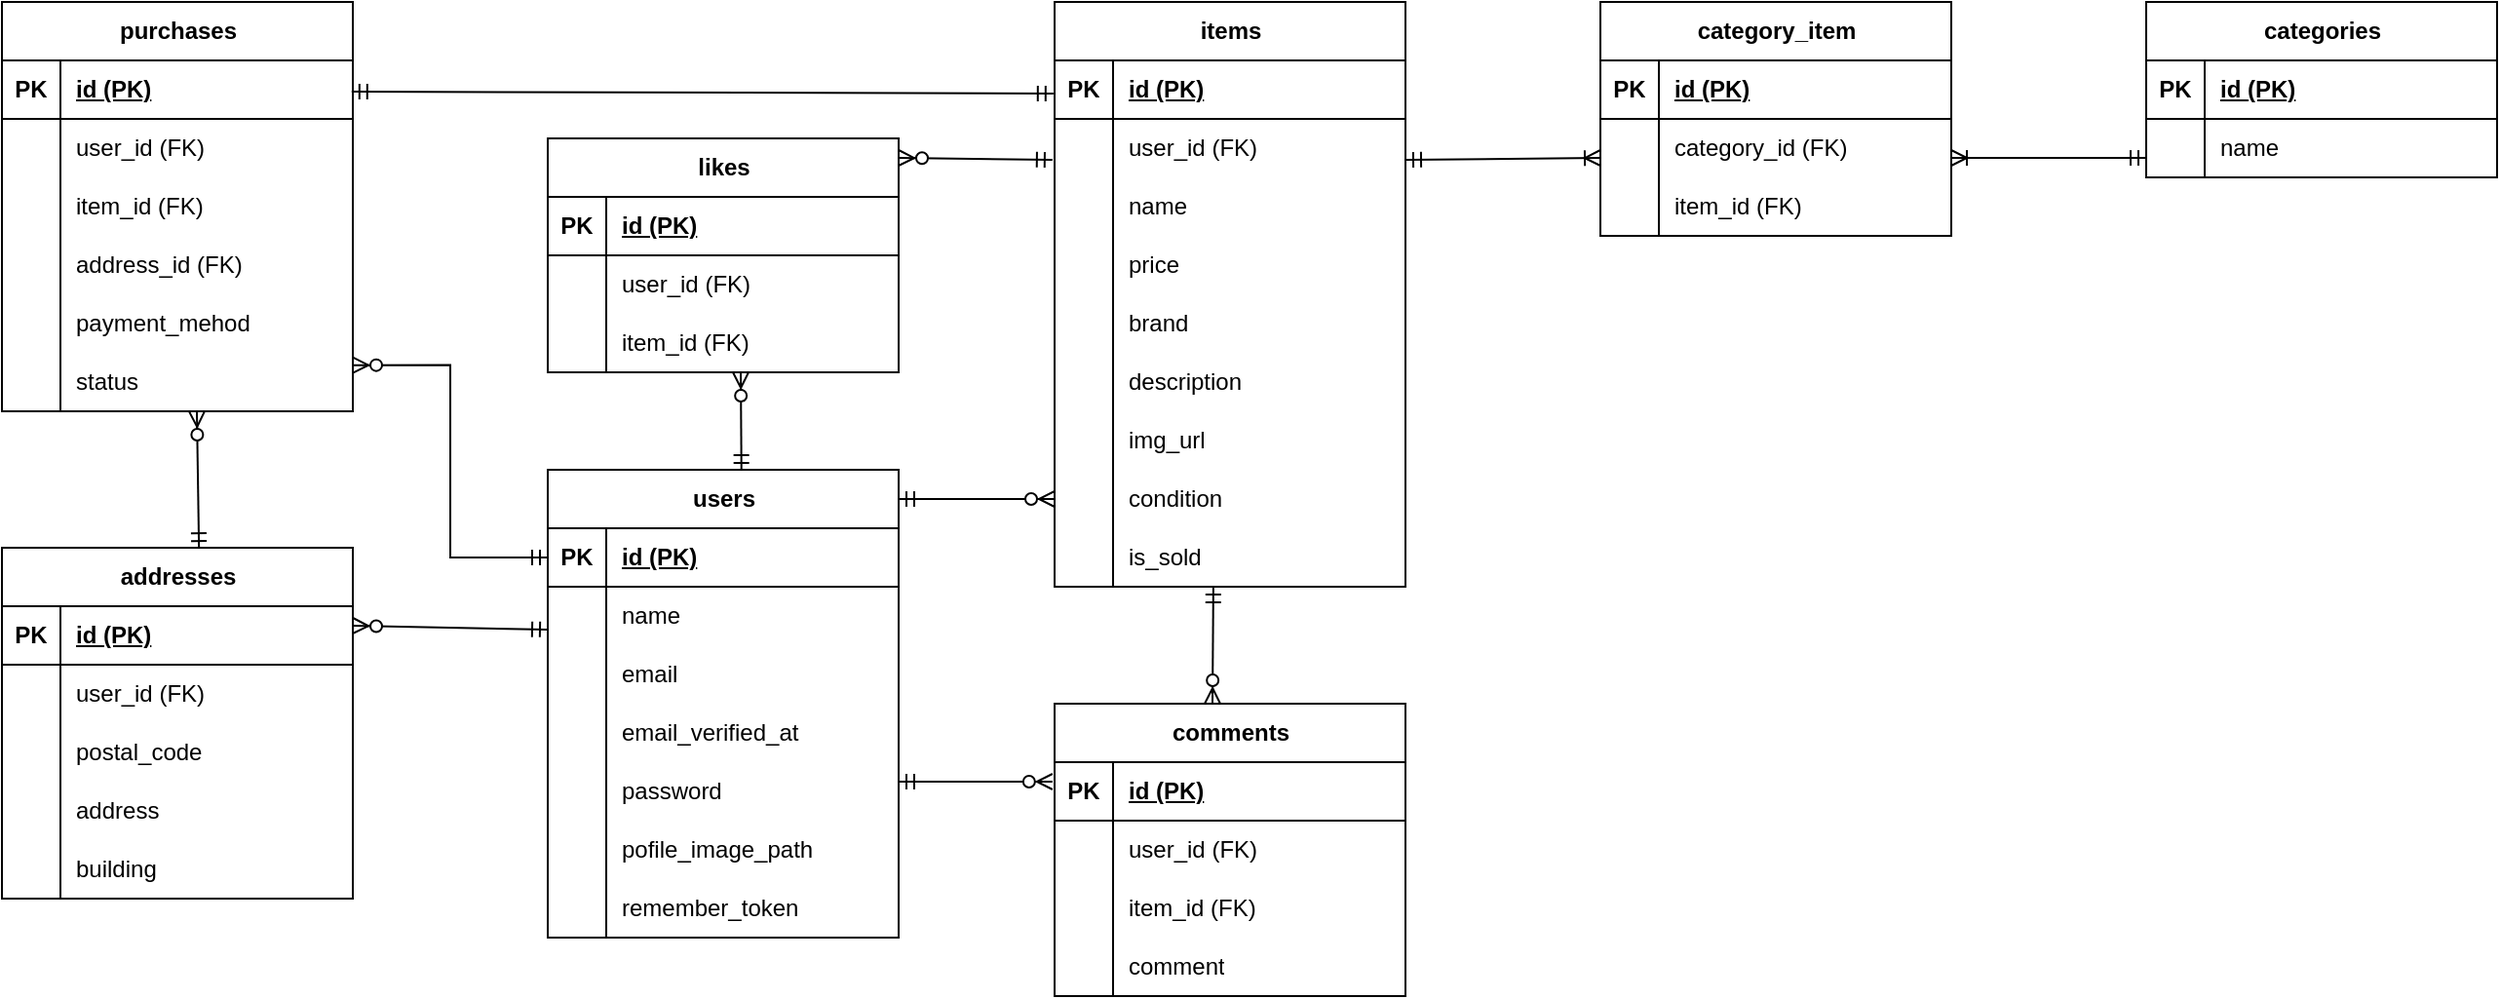
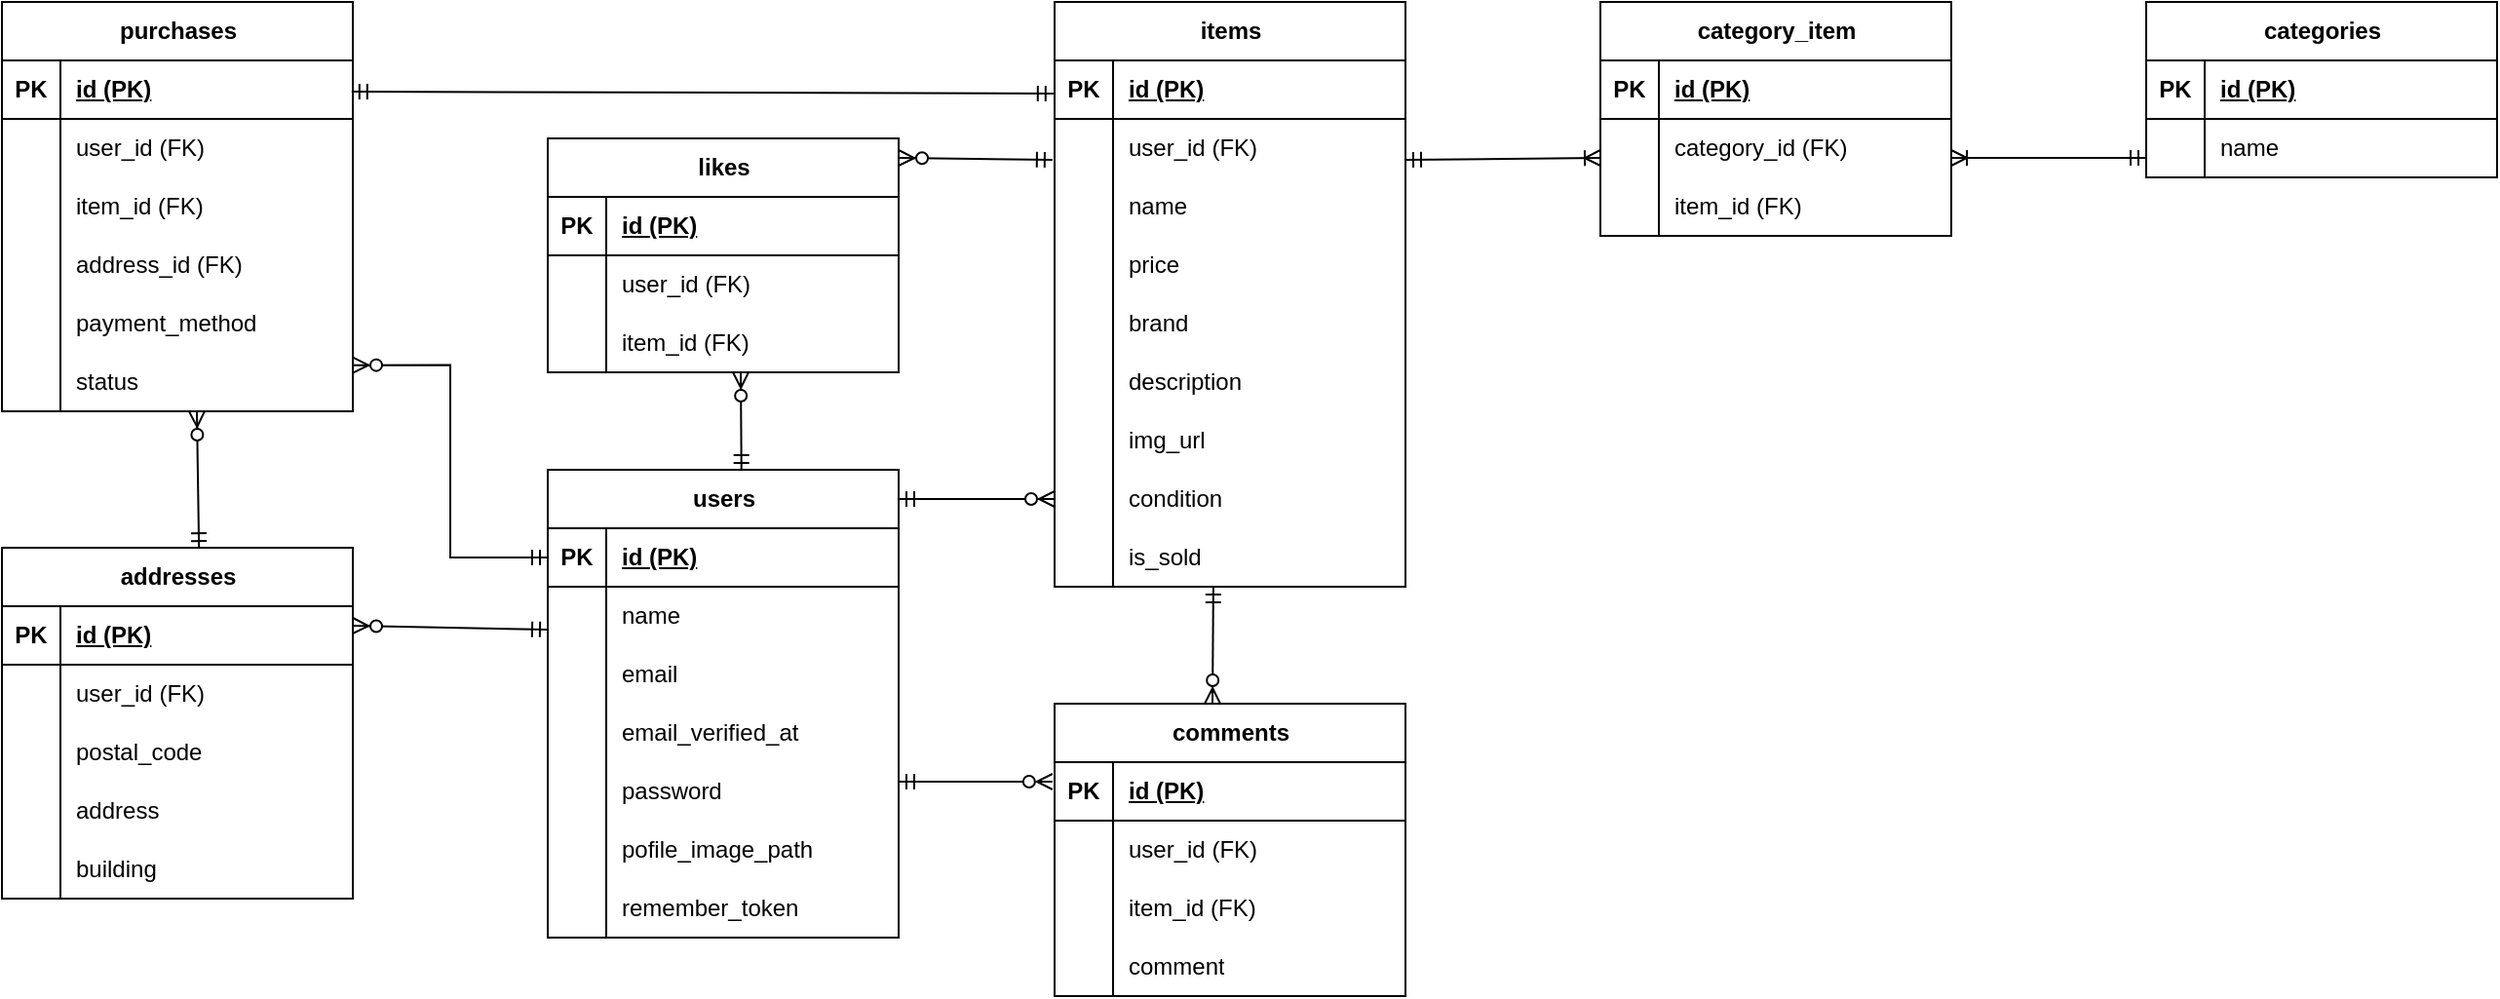
<mxfile host="65bd71144e" scale="1" border="30">
    <diagram id="N1h_2JNsAyLTxUPrJnHD" name="ページ1">
-         <mxGraphModel dx="2512.6" dy="364" grid="1" gridSize="48" guides="0" tooltips="1" connect="0" arrows="0" fold="1" page="1" pageScale="0.9" pageWidth="1654" pageHeight="1169" background="#FFFFFF" math="0" shadow="0">
+         <mxGraphModel dx="2108.6" dy="547" grid="1" gridSize="48" guides="0" tooltips="1" connect="0" arrows="0" fold="1" page="1" pageScale="0.9" pageWidth="1654" pageHeight="1169" background="#FFFFFF" math="0" shadow="0">
            <root>
                <object label="" margin="20px" id="0">
                    <mxCell/>
                </object>
                <mxCell id="1" parent="0"/>
                <mxCell id="318" value="" style="group;movable=1;resizable=1;rotatable=1;deletable=1;editable=1;locked=0;connectable=1;shadow=0;" parent="1" vertex="1" connectable="0">
                    <mxGeometry x="-670" y="336" width="1280" height="510" as="geometry"/>
                </mxCell>
                <mxCell id="319" value="users" style="shape=table;startSize=30;container=1;collapsible=1;childLayout=tableLayout;fixedRows=1;rowLines=0;fontStyle=1;align=center;resizeLast=1;html=1;rounded=0;movable=1;resizable=1;rotatable=1;deletable=1;editable=1;locked=0;connectable=1;shadow=0;" parent="318" vertex="1">
                    <mxGeometry x="280" y="240" width="180" height="240" as="geometry"/>
                </mxCell>
                <mxCell id="320" value="" style="shape=tableRow;horizontal=0;startSize=0;swimlaneHead=0;swimlaneBody=0;fillColor=none;collapsible=0;dropTarget=0;points=[[0,0.5],[1,0.5]];portConstraint=eastwest;top=0;left=0;right=0;bottom=1;rounded=0;movable=1;resizable=1;rotatable=1;deletable=1;editable=1;locked=0;connectable=1;shadow=0;" parent="319" vertex="1">
                    <mxGeometry y="30" width="180" height="30" as="geometry"/>
                </mxCell>
                <mxCell id="321" value="PK" style="shape=partialRectangle;connectable=1;fillColor=none;top=0;left=0;bottom=0;right=0;fontStyle=1;overflow=hidden;whiteSpace=wrap;html=1;rounded=0;movable=1;resizable=1;rotatable=1;deletable=1;editable=1;locked=0;shadow=0;" parent="320" vertex="1">
                    <mxGeometry width="30" height="30" as="geometry">
                        <mxRectangle width="30" height="30" as="alternateBounds"/>
                    </mxGeometry>
                </mxCell>
                <mxCell id="322" value="id (PK)" style="shape=partialRectangle;connectable=1;fillColor=none;top=0;left=0;bottom=0;right=0;align=left;spacingLeft=6;fontStyle=5;overflow=hidden;whiteSpace=wrap;html=1;rounded=0;movable=1;resizable=1;rotatable=1;deletable=1;editable=1;locked=0;shadow=0;" parent="320" vertex="1">
                    <mxGeometry x="30" width="150" height="30" as="geometry">
                        <mxRectangle width="150" height="30" as="alternateBounds"/>
                    </mxGeometry>
                </mxCell>
                <mxCell id="323" value="" style="shape=tableRow;horizontal=0;startSize=0;swimlaneHead=0;swimlaneBody=0;fillColor=none;collapsible=0;dropTarget=0;points=[[0,0.5],[1,0.5]];portConstraint=eastwest;top=0;left=0;right=0;bottom=0;rounded=0;movable=1;resizable=1;rotatable=1;deletable=1;editable=1;locked=0;connectable=1;shadow=0;" parent="319" vertex="1">
                    <mxGeometry y="60" width="180" height="30" as="geometry"/>
                </mxCell>
                <mxCell id="324" value="" style="shape=partialRectangle;connectable=1;fillColor=none;top=0;left=0;bottom=0;right=0;editable=1;overflow=hidden;whiteSpace=wrap;html=1;rounded=0;movable=1;resizable=1;rotatable=1;deletable=1;locked=0;shadow=0;" parent="323" vertex="1">
                    <mxGeometry width="30" height="30" as="geometry">
                        <mxRectangle width="30" height="30" as="alternateBounds"/>
                    </mxGeometry>
                </mxCell>
                <mxCell id="325" value="name" style="shape=partialRectangle;connectable=1;fillColor=none;top=0;left=0;bottom=0;right=0;align=left;spacingLeft=6;overflow=hidden;whiteSpace=wrap;html=1;rounded=0;movable=1;resizable=1;rotatable=1;deletable=1;editable=1;locked=0;shadow=0;" parent="323" vertex="1">
                    <mxGeometry x="30" width="150" height="30" as="geometry">
                        <mxRectangle width="150" height="30" as="alternateBounds"/>
                    </mxGeometry>
                </mxCell>
                <mxCell id="326" value="" style="shape=tableRow;horizontal=0;startSize=0;swimlaneHead=0;swimlaneBody=0;fillColor=none;collapsible=0;dropTarget=0;points=[[0,0.5],[1,0.5]];portConstraint=eastwest;top=0;left=0;right=0;bottom=0;rounded=0;movable=1;resizable=1;rotatable=1;deletable=1;editable=1;locked=0;connectable=1;shadow=0;" parent="319" vertex="1">
                    <mxGeometry y="90" width="180" height="30" as="geometry"/>
                </mxCell>
                <mxCell id="327" value="" style="shape=partialRectangle;connectable=1;fillColor=none;top=0;left=0;bottom=0;right=0;editable=1;overflow=hidden;whiteSpace=wrap;html=1;rounded=0;movable=1;resizable=1;rotatable=1;deletable=1;locked=0;shadow=0;" parent="326" vertex="1">
                    <mxGeometry width="30" height="30" as="geometry">
                        <mxRectangle width="30" height="30" as="alternateBounds"/>
                    </mxGeometry>
                </mxCell>
                <mxCell id="328" value="email" style="shape=partialRectangle;connectable=1;fillColor=none;top=0;left=0;bottom=0;right=0;align=left;spacingLeft=6;overflow=hidden;whiteSpace=wrap;html=1;rounded=0;movable=1;resizable=1;rotatable=1;deletable=1;editable=1;locked=0;shadow=0;" parent="326" vertex="1">
                    <mxGeometry x="30" width="150" height="30" as="geometry">
                        <mxRectangle width="150" height="30" as="alternateBounds"/>
                    </mxGeometry>
                </mxCell>
                <mxCell id="329" value="" style="shape=tableRow;horizontal=0;startSize=0;swimlaneHead=0;swimlaneBody=0;fillColor=none;collapsible=0;dropTarget=0;points=[[0,0.5],[1,0.5]];portConstraint=eastwest;top=0;left=0;right=0;bottom=0;rounded=0;movable=1;resizable=1;rotatable=1;deletable=1;editable=1;locked=0;connectable=1;shadow=0;" parent="319" vertex="1">
                    <mxGeometry y="120" width="180" height="30" as="geometry"/>
                </mxCell>
                <mxCell id="330" value="" style="shape=partialRectangle;connectable=1;fillColor=none;top=0;left=0;bottom=0;right=0;editable=1;overflow=hidden;whiteSpace=wrap;html=1;rounded=0;movable=1;resizable=1;rotatable=1;deletable=1;locked=0;shadow=0;" parent="329" vertex="1">
                    <mxGeometry width="30" height="30" as="geometry">
                        <mxRectangle width="30" height="30" as="alternateBounds"/>
                    </mxGeometry>
                </mxCell>
                <mxCell id="331" value="email_verified_at" style="shape=partialRectangle;connectable=1;fillColor=none;top=0;left=0;bottom=0;right=0;align=left;spacingLeft=6;overflow=hidden;whiteSpace=wrap;html=1;rounded=0;movable=1;resizable=1;rotatable=1;deletable=1;editable=1;locked=0;shadow=0;" parent="329" vertex="1">
                    <mxGeometry x="30" width="150" height="30" as="geometry">
                        <mxRectangle width="150" height="30" as="alternateBounds"/>
                    </mxGeometry>
                </mxCell>
                <mxCell id="332" value="" style="shape=tableRow;horizontal=0;startSize=0;swimlaneHead=0;swimlaneBody=0;fillColor=none;collapsible=0;dropTarget=0;points=[[0,0.5],[1,0.5]];portConstraint=eastwest;top=0;left=0;right=0;bottom=0;rounded=0;movable=1;resizable=1;rotatable=1;deletable=1;editable=1;locked=0;connectable=1;shadow=0;" parent="319" vertex="1">
                    <mxGeometry y="150" width="180" height="30" as="geometry"/>
                </mxCell>
                <mxCell id="333" value="" style="shape=partialRectangle;connectable=1;fillColor=none;top=0;left=0;bottom=0;right=0;editable=1;overflow=hidden;whiteSpace=wrap;html=1;rounded=0;movable=1;resizable=1;rotatable=1;deletable=1;locked=0;shadow=0;" parent="332" vertex="1">
                    <mxGeometry width="30" height="30" as="geometry">
                        <mxRectangle width="30" height="30" as="alternateBounds"/>
                    </mxGeometry>
                </mxCell>
                <mxCell id="334" value="password" style="shape=partialRectangle;connectable=1;fillColor=none;top=0;left=0;bottom=0;right=0;align=left;spacingLeft=6;overflow=hidden;whiteSpace=wrap;html=1;rounded=0;movable=1;resizable=1;rotatable=1;deletable=1;editable=1;locked=0;shadow=0;" parent="332" vertex="1">
                    <mxGeometry x="30" width="150" height="30" as="geometry">
                        <mxRectangle width="150" height="30" as="alternateBounds"/>
                    </mxGeometry>
                </mxCell>
-                 <mxCell id="453" value="" style="shape=tableRow;horizontal=0;startSize=0;swimlaneHead=0;swimlaneBody=0;fillColor=none;collapsible=0;dropTarget=0;points=[[0,0.5],[1,0.5]];portConstraint=eastwest;top=0;left=0;right=0;bottom=0;rounded=0;movable=1;resizable=1;rotatable=1;deletable=1;editable=1;locked=0;connectable=1;shadow=0;" vertex="1" parent="319">
+                 <mxCell id="453" value="" style="shape=tableRow;horizontal=0;startSize=0;swimlaneHead=0;swimlaneBody=0;fillColor=none;collapsible=0;dropTarget=0;points=[[0,0.5],[1,0.5]];portConstraint=eastwest;top=0;left=0;right=0;bottom=0;rounded=0;movable=1;resizable=1;rotatable=1;deletable=1;editable=1;locked=0;connectable=1;shadow=0;" parent="319" vertex="1">
                    <mxGeometry y="180" width="180" height="30" as="geometry"/>
                </mxCell>
-                 <mxCell id="454" value="" style="shape=partialRectangle;connectable=1;fillColor=none;top=0;left=0;bottom=0;right=0;editable=1;overflow=hidden;whiteSpace=wrap;html=1;rounded=0;movable=1;resizable=1;rotatable=1;deletable=1;locked=0;shadow=0;" vertex="1" parent="453">
-                     <mxGeometry width="30" height="30" as="geometry">
-                         <mxRectangle width="30" height="30" as="alternateBounds"/>
-                     </mxGeometry>
-                 </mxCell>
-                 <mxCell id="455" value="pofile_image_path" style="shape=partialRectangle;connectable=1;fillColor=none;top=0;left=0;bottom=0;right=0;align=left;spacingLeft=6;overflow=hidden;whiteSpace=wrap;html=1;rounded=0;movable=1;resizable=1;rotatable=1;deletable=1;editable=1;locked=0;shadow=0;" vertex="1" parent="453">
-                     <mxGeometry x="30" width="150" height="30" as="geometry">
-                         <mxRectangle width="150" height="30" as="alternateBounds"/>
-                     </mxGeometry>
-                 </mxCell>
-                 <mxCell id="456" value="" style="shape=tableRow;horizontal=0;startSize=0;swimlaneHead=0;swimlaneBody=0;fillColor=none;collapsible=0;dropTarget=0;points=[[0,0.5],[1,0.5]];portConstraint=eastwest;top=0;left=0;right=0;bottom=0;rounded=0;movable=1;resizable=1;rotatable=1;deletable=1;editable=1;locked=0;connectable=1;shadow=0;" vertex="1" parent="319">
+                 <mxCell id="454" value="" style="shape=partialRectangle;connectable=1;fillColor=none;top=0;left=0;bottom=0;right=0;editable=1;overflow=hidden;whiteSpace=wrap;html=1;rounded=0;movable=1;resizable=1;rotatable=1;deletable=1;locked=0;shadow=0;" parent="453" vertex="1">
+                     <mxGeometry width="30" height="30" as="geometry">
+                         <mxRectangle width="30" height="30" as="alternateBounds"/>
+                     </mxGeometry>
+                 </mxCell>
+                 <mxCell id="455" value="pofile_image_path" style="shape=partialRectangle;connectable=1;fillColor=none;top=0;left=0;bottom=0;right=0;align=left;spacingLeft=6;overflow=hidden;whiteSpace=wrap;html=1;rounded=0;movable=1;resizable=1;rotatable=1;deletable=1;editable=1;locked=0;shadow=0;" parent="453" vertex="1">
+                     <mxGeometry x="30" width="150" height="30" as="geometry">
+                         <mxRectangle width="150" height="30" as="alternateBounds"/>
+                     </mxGeometry>
+                 </mxCell>
+                 <mxCell id="456" value="" style="shape=tableRow;horizontal=0;startSize=0;swimlaneHead=0;swimlaneBody=0;fillColor=none;collapsible=0;dropTarget=0;points=[[0,0.5],[1,0.5]];portConstraint=eastwest;top=0;left=0;right=0;bottom=0;rounded=0;movable=1;resizable=1;rotatable=1;deletable=1;editable=1;locked=0;connectable=1;shadow=0;" parent="319" vertex="1">
                    <mxGeometry y="210" width="180" height="30" as="geometry"/>
                </mxCell>
-                 <mxCell id="457" value="" style="shape=partialRectangle;connectable=1;fillColor=none;top=0;left=0;bottom=0;right=0;editable=1;overflow=hidden;whiteSpace=wrap;html=1;rounded=0;movable=1;resizable=1;rotatable=1;deletable=1;locked=0;shadow=0;" vertex="1" parent="456">
-                     <mxGeometry width="30" height="30" as="geometry">
-                         <mxRectangle width="30" height="30" as="alternateBounds"/>
-                     </mxGeometry>
-                 </mxCell>
-                 <mxCell id="458" value="remember_token" style="shape=partialRectangle;connectable=1;fillColor=none;top=0;left=0;bottom=0;right=0;align=left;spacingLeft=6;overflow=hidden;whiteSpace=wrap;html=1;rounded=0;movable=1;resizable=1;rotatable=1;deletable=1;editable=1;locked=0;shadow=0;" vertex="1" parent="456">
+                 <mxCell id="457" value="" style="shape=partialRectangle;connectable=1;fillColor=none;top=0;left=0;bottom=0;right=0;editable=1;overflow=hidden;whiteSpace=wrap;html=1;rounded=0;movable=1;resizable=1;rotatable=1;deletable=1;locked=0;shadow=0;" parent="456" vertex="1">
+                     <mxGeometry width="30" height="30" as="geometry">
+                         <mxRectangle width="30" height="30" as="alternateBounds"/>
+                     </mxGeometry>
+                 </mxCell>
+                 <mxCell id="458" value="remember_token" style="shape=partialRectangle;connectable=1;fillColor=none;top=0;left=0;bottom=0;right=0;align=left;spacingLeft=6;overflow=hidden;whiteSpace=wrap;html=1;rounded=0;movable=1;resizable=1;rotatable=1;deletable=1;editable=1;locked=0;shadow=0;" parent="456" vertex="1">
                    <mxGeometry x="30" width="150" height="30" as="geometry">
                        <mxRectangle width="150" height="30" as="alternateBounds"/>
                    </mxGeometry>
                </mxCell>
                <mxCell id="335" value="items" style="shape=table;startSize=30;container=1;collapsible=1;childLayout=tableLayout;fixedRows=1;rowLines=0;fontStyle=1;align=center;resizeLast=1;html=1;rounded=0;movable=1;resizable=1;rotatable=1;deletable=1;editable=1;locked=0;connectable=1;shadow=0;" parent="318" vertex="1">
                    <mxGeometry x="540" width="180" height="300" as="geometry"/>
                </mxCell>
                <mxCell id="336" value="" style="shape=tableRow;horizontal=0;startSize=0;swimlaneHead=0;swimlaneBody=0;fillColor=none;collapsible=0;dropTarget=0;points=[[0,0.5],[1,0.5]];portConstraint=eastwest;top=0;left=0;right=0;bottom=1;rounded=0;movable=1;resizable=1;rotatable=1;deletable=1;editable=1;locked=0;connectable=1;shadow=0;" parent="335" vertex="1">
                    <mxGeometry y="30" width="180" height="30" as="geometry"/>
                </mxCell>
                <mxCell id="337" value="PK" style="shape=partialRectangle;connectable=1;fillColor=none;top=0;left=0;bottom=0;right=0;fontStyle=1;overflow=hidden;whiteSpace=wrap;html=1;rounded=0;movable=1;resizable=1;rotatable=1;deletable=1;editable=1;locked=0;shadow=0;" parent="336" vertex="1">
                    <mxGeometry width="30" height="30" as="geometry">
                        <mxRectangle width="30" height="30" as="alternateBounds"/>
                    </mxGeometry>
                </mxCell>
                <mxCell id="338" value="id (PK)" style="shape=partialRectangle;connectable=1;fillColor=none;top=0;left=0;bottom=0;right=0;align=left;spacingLeft=6;fontStyle=5;overflow=hidden;whiteSpace=wrap;html=1;rounded=0;movable=1;resizable=1;rotatable=1;deletable=1;editable=1;locked=0;shadow=0;" parent="336" vertex="1">
                    <mxGeometry x="30" width="150" height="30" as="geometry">
                        <mxRectangle width="150" height="30" as="alternateBounds"/>
                    </mxGeometry>
                </mxCell>
                <mxCell id="339" value="" style="shape=tableRow;horizontal=0;startSize=0;swimlaneHead=0;swimlaneBody=0;fillColor=none;collapsible=0;dropTarget=0;points=[[0,0.5],[1,0.5]];portConstraint=eastwest;top=0;left=0;right=0;bottom=0;rounded=0;movable=1;resizable=1;rotatable=1;deletable=1;editable=1;locked=0;connectable=1;shadow=0;" parent="335" vertex="1">
                    <mxGeometry y="60" width="180" height="30" as="geometry"/>
                </mxCell>
                <mxCell id="340" value="" style="shape=partialRectangle;connectable=1;fillColor=none;top=0;left=0;bottom=0;right=0;editable=1;overflow=hidden;whiteSpace=wrap;html=1;rounded=0;movable=1;resizable=1;rotatable=1;deletable=1;locked=0;shadow=0;" parent="339" vertex="1">
                    <mxGeometry width="30" height="30" as="geometry">
                        <mxRectangle width="30" height="30" as="alternateBounds"/>
                    </mxGeometry>
                </mxCell>
                <mxCell id="341" value="user_id (FK)" style="shape=partialRectangle;connectable=1;fillColor=none;top=0;left=0;bottom=0;right=0;align=left;spacingLeft=6;overflow=hidden;whiteSpace=wrap;html=1;rounded=0;movable=1;resizable=1;rotatable=1;deletable=1;editable=1;locked=0;shadow=0;" parent="339" vertex="1">
                    <mxGeometry x="30" width="150" height="30" as="geometry">
                        <mxRectangle width="150" height="30" as="alternateBounds"/>
                    </mxGeometry>
                </mxCell>
                <mxCell id="342" value="" style="shape=tableRow;horizontal=0;startSize=0;swimlaneHead=0;swimlaneBody=0;fillColor=none;collapsible=0;dropTarget=0;points=[[0,0.5],[1,0.5]];portConstraint=eastwest;top=0;left=0;right=0;bottom=0;rounded=0;movable=1;resizable=1;rotatable=1;deletable=1;editable=1;locked=0;connectable=1;shadow=0;" parent="335" vertex="1">
                    <mxGeometry y="90" width="180" height="30" as="geometry"/>
                </mxCell>
                <mxCell id="343" value="" style="shape=partialRectangle;connectable=1;fillColor=none;top=0;left=0;bottom=0;right=0;editable=1;overflow=hidden;whiteSpace=wrap;html=1;rounded=0;movable=1;resizable=1;rotatable=1;deletable=1;locked=0;shadow=0;" parent="342" vertex="1">
                    <mxGeometry width="30" height="30" as="geometry">
                        <mxRectangle width="30" height="30" as="alternateBounds"/>
                    </mxGeometry>
                </mxCell>
                <mxCell id="344" value="name" style="shape=partialRectangle;connectable=1;fillColor=none;top=0;left=0;bottom=0;right=0;align=left;spacingLeft=6;overflow=hidden;whiteSpace=wrap;html=1;rounded=0;movable=1;resizable=1;rotatable=1;deletable=1;editable=1;locked=0;shadow=0;" parent="342" vertex="1">
                    <mxGeometry x="30" width="150" height="30" as="geometry">
                        <mxRectangle width="150" height="30" as="alternateBounds"/>
                    </mxGeometry>
                </mxCell>
                <mxCell id="345" value="" style="shape=tableRow;horizontal=0;startSize=0;swimlaneHead=0;swimlaneBody=0;fillColor=none;collapsible=0;dropTarget=0;points=[[0,0.5],[1,0.5]];portConstraint=eastwest;top=0;left=0;right=0;bottom=0;rounded=0;movable=1;resizable=1;rotatable=1;deletable=1;editable=1;locked=0;connectable=1;shadow=0;" parent="335" vertex="1">
                    <mxGeometry y="120" width="180" height="30" as="geometry"/>
                </mxCell>
                <mxCell id="346" value="" style="shape=partialRectangle;connectable=1;fillColor=none;top=0;left=0;bottom=0;right=0;editable=1;overflow=hidden;whiteSpace=wrap;html=1;rounded=0;movable=1;resizable=1;rotatable=1;deletable=1;locked=0;shadow=0;" parent="345" vertex="1">
                    <mxGeometry width="30" height="30" as="geometry">
                        <mxRectangle width="30" height="30" as="alternateBounds"/>
                    </mxGeometry>
                </mxCell>
                <mxCell id="347" value="price" style="shape=partialRectangle;connectable=1;fillColor=none;top=0;left=0;bottom=0;right=0;align=left;spacingLeft=6;overflow=hidden;whiteSpace=wrap;html=1;rounded=0;movable=1;resizable=1;rotatable=1;deletable=1;editable=1;locked=0;shadow=0;" parent="345" vertex="1">
                    <mxGeometry x="30" width="150" height="30" as="geometry">
                        <mxRectangle width="150" height="30" as="alternateBounds"/>
                    </mxGeometry>
                </mxCell>
                <mxCell id="348" value="" style="shape=tableRow;horizontal=0;startSize=0;swimlaneHead=0;swimlaneBody=0;fillColor=none;collapsible=0;dropTarget=0;points=[[0,0.5],[1,0.5]];portConstraint=eastwest;top=0;left=0;right=0;bottom=0;rounded=0;movable=1;resizable=1;rotatable=1;deletable=1;editable=1;locked=0;connectable=1;shadow=0;" parent="335" vertex="1">
                    <mxGeometry y="150" width="180" height="30" as="geometry"/>
                </mxCell>
                <mxCell id="349" value="" style="shape=partialRectangle;connectable=1;fillColor=none;top=0;left=0;bottom=0;right=0;editable=1;overflow=hidden;whiteSpace=wrap;html=1;rounded=0;movable=1;resizable=1;rotatable=1;deletable=1;locked=0;shadow=0;" parent="348" vertex="1">
                    <mxGeometry width="30" height="30" as="geometry">
                        <mxRectangle width="30" height="30" as="alternateBounds"/>
                    </mxGeometry>
                </mxCell>
                <mxCell id="350" value="brand" style="shape=partialRectangle;connectable=1;fillColor=none;top=0;left=0;bottom=0;right=0;align=left;spacingLeft=6;overflow=hidden;whiteSpace=wrap;html=1;rounded=0;movable=1;resizable=1;rotatable=1;deletable=1;editable=1;locked=0;shadow=0;" parent="348" vertex="1">
                    <mxGeometry x="30" width="150" height="30" as="geometry">
                        <mxRectangle width="150" height="30" as="alternateBounds"/>
                    </mxGeometry>
                </mxCell>
                <mxCell id="351" value="" style="shape=tableRow;horizontal=0;startSize=0;swimlaneHead=0;swimlaneBody=0;fillColor=none;collapsible=0;dropTarget=0;points=[[0,0.5],[1,0.5]];portConstraint=eastwest;top=0;left=0;right=0;bottom=0;rounded=0;movable=1;resizable=1;rotatable=1;deletable=1;editable=1;locked=0;connectable=1;shadow=0;" parent="335" vertex="1">
                    <mxGeometry y="180" width="180" height="30" as="geometry"/>
                </mxCell>
                <mxCell id="352" value="" style="shape=partialRectangle;connectable=1;fillColor=none;top=0;left=0;bottom=0;right=0;editable=1;overflow=hidden;whiteSpace=wrap;html=1;rounded=0;movable=1;resizable=1;rotatable=1;deletable=1;locked=0;shadow=0;" parent="351" vertex="1">
                    <mxGeometry width="30" height="30" as="geometry">
                        <mxRectangle width="30" height="30" as="alternateBounds"/>
                    </mxGeometry>
                </mxCell>
                <mxCell id="353" value="description" style="shape=partialRectangle;connectable=1;fillColor=none;top=0;left=0;bottom=0;right=0;align=left;spacingLeft=6;overflow=hidden;whiteSpace=wrap;html=1;rounded=0;movable=1;resizable=1;rotatable=1;deletable=1;editable=1;locked=0;shadow=0;" parent="351" vertex="1">
                    <mxGeometry x="30" width="150" height="30" as="geometry">
                        <mxRectangle width="150" height="30" as="alternateBounds"/>
                    </mxGeometry>
                </mxCell>
                <mxCell id="354" value="" style="shape=tableRow;horizontal=0;startSize=0;swimlaneHead=0;swimlaneBody=0;fillColor=none;collapsible=0;dropTarget=0;points=[[0,0.5],[1,0.5]];portConstraint=eastwest;top=0;left=0;right=0;bottom=0;rounded=0;movable=1;resizable=1;rotatable=1;deletable=1;editable=1;locked=0;connectable=1;shadow=0;" parent="335" vertex="1">
                    <mxGeometry y="210" width="180" height="30" as="geometry"/>
                </mxCell>
                <mxCell id="355" value="" style="shape=partialRectangle;connectable=1;fillColor=none;top=0;left=0;bottom=0;right=0;editable=1;overflow=hidden;whiteSpace=wrap;html=1;rounded=0;movable=1;resizable=1;rotatable=1;deletable=1;locked=0;shadow=0;" parent="354" vertex="1">
                    <mxGeometry width="30" height="30" as="geometry">
                        <mxRectangle width="30" height="30" as="alternateBounds"/>
                    </mxGeometry>
                </mxCell>
                <mxCell id="356" value="img_url" style="shape=partialRectangle;connectable=1;fillColor=none;top=0;left=0;bottom=0;right=0;align=left;spacingLeft=6;overflow=hidden;whiteSpace=wrap;html=1;rounded=0;movable=1;resizable=1;rotatable=1;deletable=1;editable=1;locked=0;shadow=0;" parent="354" vertex="1">
                    <mxGeometry x="30" width="150" height="30" as="geometry">
                        <mxRectangle width="150" height="30" as="alternateBounds"/>
                    </mxGeometry>
                </mxCell>
                <mxCell id="357" value="" style="shape=tableRow;horizontal=0;startSize=0;swimlaneHead=0;swimlaneBody=0;fillColor=none;collapsible=0;dropTarget=0;points=[[0,0.5],[1,0.5]];portConstraint=eastwest;top=0;left=0;right=0;bottom=0;rounded=0;movable=1;resizable=1;rotatable=1;deletable=1;editable=1;locked=0;connectable=1;shadow=0;" parent="335" vertex="1">
                    <mxGeometry y="240" width="180" height="30" as="geometry"/>
                </mxCell>
                <mxCell id="358" value="" style="shape=partialRectangle;connectable=1;fillColor=none;top=0;left=0;bottom=0;right=0;editable=1;overflow=hidden;whiteSpace=wrap;html=1;rounded=0;movable=1;resizable=1;rotatable=1;deletable=1;locked=0;shadow=0;" parent="357" vertex="1">
                    <mxGeometry width="30" height="30" as="geometry">
                        <mxRectangle width="30" height="30" as="alternateBounds"/>
                    </mxGeometry>
                </mxCell>
                <mxCell id="359" value="condition" style="shape=partialRectangle;connectable=1;fillColor=none;top=0;left=0;bottom=0;right=0;align=left;spacingLeft=6;overflow=hidden;whiteSpace=wrap;html=1;rounded=0;movable=1;resizable=1;rotatable=1;deletable=1;editable=1;locked=0;shadow=0;" parent="357" vertex="1">
                    <mxGeometry x="30" width="150" height="30" as="geometry">
                        <mxRectangle width="150" height="30" as="alternateBounds"/>
                    </mxGeometry>
                </mxCell>
                <mxCell id="446" value="" style="shape=tableRow;horizontal=0;startSize=0;swimlaneHead=0;swimlaneBody=0;fillColor=none;collapsible=0;dropTarget=0;points=[[0,0.5],[1,0.5]];portConstraint=eastwest;top=0;left=0;right=0;bottom=0;rounded=0;movable=1;resizable=1;rotatable=1;deletable=1;editable=1;locked=0;connectable=1;shadow=0;" parent="335" vertex="1">
                    <mxGeometry y="270" width="180" height="30" as="geometry"/>
                </mxCell>
                <mxCell id="447" value="" style="shape=partialRectangle;connectable=1;fillColor=none;top=0;left=0;bottom=0;right=0;editable=1;overflow=hidden;whiteSpace=wrap;html=1;rounded=0;movable=1;resizable=1;rotatable=1;deletable=1;locked=0;shadow=0;" parent="446" vertex="1">
                    <mxGeometry width="30" height="30" as="geometry">
                        <mxRectangle width="30" height="30" as="alternateBounds"/>
                    </mxGeometry>
                </mxCell>
                <mxCell id="448" value="is_sold" style="shape=partialRectangle;connectable=1;fillColor=none;top=0;left=0;bottom=0;right=0;align=left;spacingLeft=6;overflow=hidden;whiteSpace=wrap;html=1;rounded=0;movable=1;resizable=1;rotatable=1;deletable=1;editable=1;locked=0;shadow=0;" parent="446" vertex="1">
                    <mxGeometry x="30" width="150" height="30" as="geometry">
                        <mxRectangle width="150" height="30" as="alternateBounds"/>
                    </mxGeometry>
                </mxCell>
                <mxCell id="360" value="categories" style="shape=table;startSize=30;container=1;collapsible=1;childLayout=tableLayout;fixedRows=1;rowLines=0;fontStyle=1;align=center;resizeLast=1;html=1;rounded=0;movable=1;resizable=1;rotatable=1;deletable=1;editable=1;locked=0;connectable=1;shadow=0;" parent="318" vertex="1">
                    <mxGeometry x="1100" width="180" height="90" as="geometry"/>
                </mxCell>
                <mxCell id="361" value="" style="shape=tableRow;horizontal=0;startSize=0;swimlaneHead=0;swimlaneBody=0;fillColor=none;collapsible=0;dropTarget=0;points=[[0,0.5],[1,0.5]];portConstraint=eastwest;top=0;left=0;right=0;bottom=1;rounded=0;movable=1;resizable=1;rotatable=1;deletable=1;editable=1;locked=0;connectable=1;shadow=0;" parent="360" vertex="1">
                    <mxGeometry y="30" width="180" height="30" as="geometry"/>
                </mxCell>
                <mxCell id="362" value="PK" style="shape=partialRectangle;connectable=1;fillColor=none;top=0;left=0;bottom=0;right=0;fontStyle=1;overflow=hidden;whiteSpace=wrap;html=1;rounded=0;movable=1;resizable=1;rotatable=1;deletable=1;editable=1;locked=0;shadow=0;" parent="361" vertex="1">
                    <mxGeometry width="30" height="30" as="geometry">
                        <mxRectangle width="30" height="30" as="alternateBounds"/>
                    </mxGeometry>
                </mxCell>
                <mxCell id="363" value="id (PK)" style="shape=partialRectangle;connectable=1;fillColor=none;top=0;left=0;bottom=0;right=0;align=left;spacingLeft=6;fontStyle=5;overflow=hidden;whiteSpace=wrap;html=1;rounded=0;movable=1;resizable=1;rotatable=1;deletable=1;editable=1;locked=0;shadow=0;" parent="361" vertex="1">
                    <mxGeometry x="30" width="150" height="30" as="geometry">
                        <mxRectangle width="150" height="30" as="alternateBounds"/>
                    </mxGeometry>
                </mxCell>
                <mxCell id="364" value="" style="shape=tableRow;horizontal=0;startSize=0;swimlaneHead=0;swimlaneBody=0;fillColor=none;collapsible=0;dropTarget=0;points=[[0,0.5],[1,0.5]];portConstraint=eastwest;top=0;left=0;right=0;bottom=0;rounded=0;movable=1;resizable=1;rotatable=1;deletable=1;editable=1;locked=0;connectable=1;shadow=0;" parent="360" vertex="1">
                    <mxGeometry y="60" width="180" height="30" as="geometry"/>
                </mxCell>
                <mxCell id="365" value="" style="shape=partialRectangle;connectable=1;fillColor=none;top=0;left=0;bottom=0;right=0;editable=1;overflow=hidden;whiteSpace=wrap;html=1;rounded=0;movable=1;resizable=1;rotatable=1;deletable=1;locked=0;shadow=0;" parent="364" vertex="1">
                    <mxGeometry width="30" height="30" as="geometry">
                        <mxRectangle width="30" height="30" as="alternateBounds"/>
                    </mxGeometry>
                </mxCell>
                <mxCell id="366" value="name" style="shape=partialRectangle;connectable=1;fillColor=none;top=0;left=0;bottom=0;right=0;align=left;spacingLeft=6;overflow=hidden;whiteSpace=wrap;html=1;rounded=0;movable=1;resizable=1;rotatable=1;deletable=1;editable=1;locked=0;shadow=0;" parent="364" vertex="1">
                    <mxGeometry x="30" width="150" height="30" as="geometry">
                        <mxRectangle width="150" height="30" as="alternateBounds"/>
                    </mxGeometry>
                </mxCell>
                <mxCell id="367" value="category_item" style="shape=table;startSize=30;container=1;collapsible=1;childLayout=tableLayout;fixedRows=1;rowLines=0;fontStyle=1;align=center;resizeLast=1;html=1;rounded=0;movable=1;resizable=1;rotatable=1;deletable=1;editable=1;locked=0;connectable=1;shadow=0;" parent="318" vertex="1">
                    <mxGeometry x="820" width="180" height="120" as="geometry"/>
                </mxCell>
                <mxCell id="368" value="" style="shape=tableRow;horizontal=0;startSize=0;swimlaneHead=0;swimlaneBody=0;fillColor=none;collapsible=0;dropTarget=0;points=[[0,0.5],[1,0.5]];portConstraint=eastwest;top=0;left=0;right=0;bottom=1;rounded=0;movable=1;resizable=1;rotatable=1;deletable=1;editable=1;locked=0;connectable=1;shadow=0;" parent="367" vertex="1">
                    <mxGeometry y="30" width="180" height="30" as="geometry"/>
                </mxCell>
                <mxCell id="369" value="PK" style="shape=partialRectangle;connectable=1;fillColor=none;top=0;left=0;bottom=0;right=0;fontStyle=1;overflow=hidden;whiteSpace=wrap;html=1;rounded=0;movable=1;resizable=1;rotatable=1;deletable=1;editable=1;locked=0;shadow=0;" parent="368" vertex="1">
                    <mxGeometry width="30" height="30" as="geometry">
                        <mxRectangle width="30" height="30" as="alternateBounds"/>
                    </mxGeometry>
                </mxCell>
                <mxCell id="370" value="id (PK)" style="shape=partialRectangle;connectable=1;fillColor=none;top=0;left=0;bottom=0;right=0;align=left;spacingLeft=6;fontStyle=5;overflow=hidden;whiteSpace=wrap;html=1;rounded=0;movable=1;resizable=1;rotatable=1;deletable=1;editable=1;locked=0;shadow=0;" parent="368" vertex="1">
                    <mxGeometry x="30" width="150" height="30" as="geometry">
                        <mxRectangle width="150" height="30" as="alternateBounds"/>
                    </mxGeometry>
                </mxCell>
                <mxCell id="371" value="" style="shape=tableRow;horizontal=0;startSize=0;swimlaneHead=0;swimlaneBody=0;fillColor=none;collapsible=0;dropTarget=0;points=[[0,0.5],[1,0.5]];portConstraint=eastwest;top=0;left=0;right=0;bottom=0;rounded=0;movable=1;resizable=1;rotatable=1;deletable=1;editable=1;locked=0;connectable=1;shadow=0;" parent="367" vertex="1">
                    <mxGeometry y="60" width="180" height="30" as="geometry"/>
                </mxCell>
                <mxCell id="372" value="" style="shape=partialRectangle;connectable=1;fillColor=none;top=0;left=0;bottom=0;right=0;editable=1;overflow=hidden;whiteSpace=wrap;html=1;rounded=0;movable=1;resizable=1;rotatable=1;deletable=1;locked=0;shadow=0;" parent="371" vertex="1">
                    <mxGeometry width="30" height="30" as="geometry">
                        <mxRectangle width="30" height="30" as="alternateBounds"/>
                    </mxGeometry>
                </mxCell>
                <mxCell id="373" value="category_id (FK)" style="shape=partialRectangle;connectable=1;fillColor=none;top=0;left=0;bottom=0;right=0;align=left;spacingLeft=6;overflow=hidden;whiteSpace=wrap;html=1;rounded=0;movable=1;resizable=1;rotatable=1;deletable=1;editable=1;locked=0;shadow=0;" parent="371" vertex="1">
                    <mxGeometry x="30" width="150" height="30" as="geometry">
                        <mxRectangle width="150" height="30" as="alternateBounds"/>
                    </mxGeometry>
                </mxCell>
                <mxCell id="374" value="" style="shape=tableRow;horizontal=0;startSize=0;swimlaneHead=0;swimlaneBody=0;fillColor=none;collapsible=0;dropTarget=0;points=[[0,0.5],[1,0.5]];portConstraint=eastwest;top=0;left=0;right=0;bottom=0;rounded=0;movable=1;resizable=1;rotatable=1;deletable=1;editable=1;locked=0;connectable=1;shadow=0;" parent="367" vertex="1">
                    <mxGeometry y="90" width="180" height="30" as="geometry"/>
                </mxCell>
                <mxCell id="375" value="" style="shape=partialRectangle;connectable=1;fillColor=none;top=0;left=0;bottom=0;right=0;editable=1;overflow=hidden;whiteSpace=wrap;html=1;rounded=0;movable=1;resizable=1;rotatable=1;deletable=1;locked=0;shadow=0;" parent="374" vertex="1">
                    <mxGeometry width="30" height="30" as="geometry">
                        <mxRectangle width="30" height="30" as="alternateBounds"/>
                    </mxGeometry>
                </mxCell>
                <mxCell id="376" value="item_id (FK)" style="shape=partialRectangle;connectable=1;fillColor=none;top=0;left=0;bottom=0;right=0;align=left;spacingLeft=6;overflow=hidden;whiteSpace=wrap;html=1;rounded=0;movable=1;resizable=1;rotatable=1;deletable=1;editable=1;locked=0;shadow=0;" parent="374" vertex="1">
                    <mxGeometry x="30" width="150" height="30" as="geometry">
                        <mxRectangle width="150" height="30" as="alternateBounds"/>
                    </mxGeometry>
                </mxCell>
                <mxCell id="377" value="addresses" style="shape=table;startSize=30;container=1;collapsible=1;childLayout=tableLayout;fixedRows=1;rowLines=0;fontStyle=1;align=center;resizeLast=1;html=1;rounded=0;movable=1;resizable=1;rotatable=1;deletable=1;editable=1;locked=0;connectable=1;shadow=0;" parent="318" vertex="1">
                    <mxGeometry y="280" width="180" height="180" as="geometry"/>
                </mxCell>
                <mxCell id="378" value="" style="shape=tableRow;horizontal=0;startSize=0;swimlaneHead=0;swimlaneBody=0;fillColor=none;collapsible=0;dropTarget=0;points=[[0,0.5],[1,0.5]];portConstraint=eastwest;top=0;left=0;right=0;bottom=1;rounded=0;movable=1;resizable=1;rotatable=1;deletable=1;editable=1;locked=0;connectable=1;shadow=0;" parent="377" vertex="1">
                    <mxGeometry y="30" width="180" height="30" as="geometry"/>
                </mxCell>
                <mxCell id="379" value="PK" style="shape=partialRectangle;connectable=1;fillColor=none;top=0;left=0;bottom=0;right=0;fontStyle=1;overflow=hidden;whiteSpace=wrap;html=1;rounded=0;movable=1;resizable=1;rotatable=1;deletable=1;editable=1;locked=0;shadow=0;" parent="378" vertex="1">
                    <mxGeometry width="30" height="30" as="geometry">
                        <mxRectangle width="30" height="30" as="alternateBounds"/>
                    </mxGeometry>
                </mxCell>
                <mxCell id="380" value="id (PK)" style="shape=partialRectangle;connectable=1;fillColor=none;top=0;left=0;bottom=0;right=0;align=left;spacingLeft=6;fontStyle=5;overflow=hidden;whiteSpace=wrap;html=1;rounded=0;movable=1;resizable=1;rotatable=1;deletable=1;editable=1;locked=0;shadow=0;" parent="378" vertex="1">
                    <mxGeometry x="30" width="150" height="30" as="geometry">
                        <mxRectangle width="150" height="30" as="alternateBounds"/>
                    </mxGeometry>
                </mxCell>
                <mxCell id="381" value="" style="shape=tableRow;horizontal=0;startSize=0;swimlaneHead=0;swimlaneBody=0;fillColor=none;collapsible=0;dropTarget=0;points=[[0,0.5],[1,0.5]];portConstraint=eastwest;top=0;left=0;right=0;bottom=0;rounded=0;movable=1;resizable=1;rotatable=1;deletable=1;editable=1;locked=0;connectable=1;shadow=0;" parent="377" vertex="1">
                    <mxGeometry y="60" width="180" height="30" as="geometry"/>
                </mxCell>
                <mxCell id="382" value="" style="shape=partialRectangle;connectable=1;fillColor=none;top=0;left=0;bottom=0;right=0;editable=1;overflow=hidden;whiteSpace=wrap;html=1;rounded=0;movable=1;resizable=1;rotatable=1;deletable=1;locked=0;shadow=0;" parent="381" vertex="1">
                    <mxGeometry width="30" height="30" as="geometry">
                        <mxRectangle width="30" height="30" as="alternateBounds"/>
                    </mxGeometry>
                </mxCell>
                <mxCell id="383" value="user_id (FK)" style="shape=partialRectangle;connectable=1;fillColor=none;top=0;left=0;bottom=0;right=0;align=left;spacingLeft=6;overflow=hidden;whiteSpace=wrap;html=1;rounded=0;movable=1;resizable=1;rotatable=1;deletable=1;editable=1;locked=0;shadow=0;" parent="381" vertex="1">
                    <mxGeometry x="30" width="150" height="30" as="geometry">
                        <mxRectangle width="150" height="30" as="alternateBounds"/>
                    </mxGeometry>
                </mxCell>
                <mxCell id="384" value="" style="shape=tableRow;horizontal=0;startSize=0;swimlaneHead=0;swimlaneBody=0;fillColor=none;collapsible=0;dropTarget=0;points=[[0,0.5],[1,0.5]];portConstraint=eastwest;top=0;left=0;right=0;bottom=0;rounded=0;movable=1;resizable=1;rotatable=1;deletable=1;editable=1;locked=0;connectable=1;shadow=0;" parent="377" vertex="1">
                    <mxGeometry y="90" width="180" height="30" as="geometry"/>
                </mxCell>
                <mxCell id="385" value="" style="shape=partialRectangle;connectable=1;fillColor=none;top=0;left=0;bottom=0;right=0;editable=1;overflow=hidden;whiteSpace=wrap;html=1;rounded=0;movable=1;resizable=1;rotatable=1;deletable=1;locked=0;shadow=0;" parent="384" vertex="1">
                    <mxGeometry width="30" height="30" as="geometry">
                        <mxRectangle width="30" height="30" as="alternateBounds"/>
                    </mxGeometry>
                </mxCell>
                <mxCell id="386" value="postal_code" style="shape=partialRectangle;connectable=1;fillColor=none;top=0;left=0;bottom=0;right=0;align=left;spacingLeft=6;overflow=hidden;whiteSpace=wrap;html=1;rounded=0;movable=1;resizable=1;rotatable=1;deletable=1;editable=1;locked=0;shadow=0;" parent="384" vertex="1">
                    <mxGeometry x="30" width="150" height="30" as="geometry">
                        <mxRectangle width="150" height="30" as="alternateBounds"/>
                    </mxGeometry>
                </mxCell>
                <mxCell id="387" value="" style="shape=tableRow;horizontal=0;startSize=0;swimlaneHead=0;swimlaneBody=0;fillColor=none;collapsible=0;dropTarget=0;points=[[0,0.5],[1,0.5]];portConstraint=eastwest;top=0;left=0;right=0;bottom=0;rounded=0;movable=1;resizable=1;rotatable=1;deletable=1;editable=1;locked=0;connectable=1;shadow=0;" parent="377" vertex="1">
                    <mxGeometry y="120" width="180" height="30" as="geometry"/>
                </mxCell>
                <mxCell id="388" value="" style="shape=partialRectangle;connectable=1;fillColor=none;top=0;left=0;bottom=0;right=0;editable=1;overflow=hidden;whiteSpace=wrap;html=1;rounded=0;movable=1;resizable=1;rotatable=1;deletable=1;locked=0;shadow=0;" parent="387" vertex="1">
                    <mxGeometry width="30" height="30" as="geometry">
                        <mxRectangle width="30" height="30" as="alternateBounds"/>
                    </mxGeometry>
                </mxCell>
                <mxCell id="389" value="address" style="shape=partialRectangle;connectable=1;fillColor=none;top=0;left=0;bottom=0;right=0;align=left;spacingLeft=6;overflow=hidden;whiteSpace=wrap;html=1;rounded=0;movable=1;resizable=1;rotatable=1;deletable=1;editable=1;locked=0;shadow=0;" parent="387" vertex="1">
                    <mxGeometry x="30" width="150" height="30" as="geometry">
                        <mxRectangle width="150" height="30" as="alternateBounds"/>
                    </mxGeometry>
                </mxCell>
                <mxCell id="390" value="" style="shape=tableRow;horizontal=0;startSize=0;swimlaneHead=0;swimlaneBody=0;fillColor=none;collapsible=0;dropTarget=0;points=[[0,0.5],[1,0.5]];portConstraint=eastwest;top=0;left=0;right=0;bottom=0;rounded=0;movable=1;resizable=1;rotatable=1;deletable=1;editable=1;locked=0;connectable=1;shadow=0;" parent="377" vertex="1">
                    <mxGeometry y="150" width="180" height="30" as="geometry"/>
                </mxCell>
                <mxCell id="391" value="" style="shape=partialRectangle;connectable=1;fillColor=none;top=0;left=0;bottom=0;right=0;editable=1;overflow=hidden;whiteSpace=wrap;html=1;rounded=0;movable=1;resizable=1;rotatable=1;deletable=1;locked=0;shadow=0;" parent="390" vertex="1">
                    <mxGeometry width="30" height="30" as="geometry">
                        <mxRectangle width="30" height="30" as="alternateBounds"/>
                    </mxGeometry>
                </mxCell>
                <mxCell id="392" value="building" style="shape=partialRectangle;connectable=1;fillColor=none;top=0;left=0;bottom=0;right=0;align=left;spacingLeft=6;overflow=hidden;whiteSpace=wrap;html=1;rounded=0;movable=1;resizable=1;rotatable=1;deletable=1;editable=1;locked=0;shadow=0;" parent="390" vertex="1">
                    <mxGeometry x="30" width="150" height="30" as="geometry">
                        <mxRectangle width="150" height="30" as="alternateBounds"/>
                    </mxGeometry>
                </mxCell>
                <mxCell id="393" value="comments" style="shape=table;startSize=30;container=1;collapsible=1;childLayout=tableLayout;fixedRows=1;rowLines=0;fontStyle=1;align=center;resizeLast=1;html=1;rounded=0;movable=1;resizable=1;rotatable=1;deletable=1;editable=1;locked=0;connectable=1;shadow=0;" parent="318" vertex="1">
                    <mxGeometry x="540" y="360" width="180" height="150" as="geometry"/>
                </mxCell>
                <mxCell id="394" value="" style="shape=tableRow;horizontal=0;startSize=0;swimlaneHead=0;swimlaneBody=0;fillColor=none;collapsible=0;dropTarget=0;points=[[0,0.5],[1,0.5]];portConstraint=eastwest;top=0;left=0;right=0;bottom=1;rounded=0;movable=1;resizable=1;rotatable=1;deletable=1;editable=1;locked=0;connectable=1;shadow=0;" parent="393" vertex="1">
                    <mxGeometry y="30" width="180" height="30" as="geometry"/>
                </mxCell>
                <mxCell id="395" value="PK" style="shape=partialRectangle;connectable=1;fillColor=none;top=0;left=0;bottom=0;right=0;fontStyle=1;overflow=hidden;whiteSpace=wrap;html=1;rounded=0;movable=1;resizable=1;rotatable=1;deletable=1;editable=1;locked=0;shadow=0;" parent="394" vertex="1">
                    <mxGeometry width="30" height="30" as="geometry">
                        <mxRectangle width="30" height="30" as="alternateBounds"/>
                    </mxGeometry>
                </mxCell>
                <mxCell id="396" value="id (PK)" style="shape=partialRectangle;connectable=1;fillColor=none;top=0;left=0;bottom=0;right=0;align=left;spacingLeft=6;fontStyle=5;overflow=hidden;whiteSpace=wrap;html=1;rounded=0;movable=1;resizable=1;rotatable=1;deletable=1;editable=1;locked=0;shadow=0;" parent="394" vertex="1">
                    <mxGeometry x="30" width="150" height="30" as="geometry">
                        <mxRectangle width="150" height="30" as="alternateBounds"/>
                    </mxGeometry>
                </mxCell>
                <mxCell id="397" value="" style="shape=tableRow;horizontal=0;startSize=0;swimlaneHead=0;swimlaneBody=0;fillColor=none;collapsible=0;dropTarget=0;points=[[0,0.5],[1,0.5]];portConstraint=eastwest;top=0;left=0;right=0;bottom=0;rounded=0;movable=1;resizable=1;rotatable=1;deletable=1;editable=1;locked=0;connectable=1;shadow=0;" parent="393" vertex="1">
                    <mxGeometry y="60" width="180" height="30" as="geometry"/>
                </mxCell>
                <mxCell id="398" value="" style="shape=partialRectangle;connectable=1;fillColor=none;top=0;left=0;bottom=0;right=0;editable=1;overflow=hidden;whiteSpace=wrap;html=1;rounded=0;movable=1;resizable=1;rotatable=1;deletable=1;locked=0;shadow=0;" parent="397" vertex="1">
                    <mxGeometry width="30" height="30" as="geometry">
                        <mxRectangle width="30" height="30" as="alternateBounds"/>
                    </mxGeometry>
                </mxCell>
                <mxCell id="399" value="user_id (FK)" style="shape=partialRectangle;connectable=1;fillColor=none;top=0;left=0;bottom=0;right=0;align=left;spacingLeft=6;overflow=hidden;whiteSpace=wrap;html=1;rounded=0;movable=1;resizable=1;rotatable=1;deletable=1;editable=1;locked=0;shadow=0;" parent="397" vertex="1">
                    <mxGeometry x="30" width="150" height="30" as="geometry">
                        <mxRectangle width="150" height="30" as="alternateBounds"/>
                    </mxGeometry>
                </mxCell>
                <mxCell id="400" value="" style="shape=tableRow;horizontal=0;startSize=0;swimlaneHead=0;swimlaneBody=0;fillColor=none;collapsible=0;dropTarget=0;points=[[0,0.5],[1,0.5]];portConstraint=eastwest;top=0;left=0;right=0;bottom=0;rounded=0;movable=1;resizable=1;rotatable=1;deletable=1;editable=1;locked=0;connectable=1;shadow=0;" parent="393" vertex="1">
                    <mxGeometry y="90" width="180" height="30" as="geometry"/>
                </mxCell>
                <mxCell id="401" value="" style="shape=partialRectangle;connectable=1;fillColor=none;top=0;left=0;bottom=0;right=0;editable=1;overflow=hidden;whiteSpace=wrap;html=1;rounded=0;movable=1;resizable=1;rotatable=1;deletable=1;locked=0;shadow=0;" parent="400" vertex="1">
                    <mxGeometry width="30" height="30" as="geometry">
                        <mxRectangle width="30" height="30" as="alternateBounds"/>
                    </mxGeometry>
                </mxCell>
                <mxCell id="402" value="item_id (FK)" style="shape=partialRectangle;connectable=1;fillColor=none;top=0;left=0;bottom=0;right=0;align=left;spacingLeft=6;overflow=hidden;whiteSpace=wrap;html=1;rounded=0;movable=1;resizable=1;rotatable=1;deletable=1;editable=1;locked=0;shadow=0;" parent="400" vertex="1">
                    <mxGeometry x="30" width="150" height="30" as="geometry">
                        <mxRectangle width="150" height="30" as="alternateBounds"/>
                    </mxGeometry>
                </mxCell>
                <mxCell id="403" value="" style="shape=tableRow;horizontal=0;startSize=0;swimlaneHead=0;swimlaneBody=0;fillColor=none;collapsible=0;dropTarget=0;points=[[0,0.5],[1,0.5]];portConstraint=eastwest;top=0;left=0;right=0;bottom=0;rounded=0;movable=1;resizable=1;rotatable=1;deletable=1;editable=1;locked=0;connectable=1;shadow=0;" parent="393" vertex="1">
                    <mxGeometry y="120" width="180" height="30" as="geometry"/>
                </mxCell>
                <mxCell id="404" value="" style="shape=partialRectangle;connectable=1;fillColor=none;top=0;left=0;bottom=0;right=0;editable=1;overflow=hidden;whiteSpace=wrap;html=1;rounded=0;movable=1;resizable=1;rotatable=1;deletable=1;locked=0;shadow=0;" parent="403" vertex="1">
                    <mxGeometry width="30" height="30" as="geometry">
                        <mxRectangle width="30" height="30" as="alternateBounds"/>
                    </mxGeometry>
                </mxCell>
                <mxCell id="405" value="comment" style="shape=partialRectangle;connectable=1;fillColor=none;top=0;left=0;bottom=0;right=0;align=left;spacingLeft=6;overflow=hidden;whiteSpace=wrap;html=1;rounded=0;movable=1;resizable=1;rotatable=1;deletable=1;editable=1;locked=0;shadow=0;" parent="403" vertex="1">
                    <mxGeometry x="30" width="150" height="30" as="geometry">
                        <mxRectangle width="150" height="30" as="alternateBounds"/>
                    </mxGeometry>
                </mxCell>
                <mxCell id="406" value="likes" style="shape=table;startSize=30;container=1;collapsible=1;childLayout=tableLayout;fixedRows=1;rowLines=0;fontStyle=1;align=center;resizeLast=1;html=1;rounded=0;movable=1;resizable=1;rotatable=1;deletable=1;editable=1;locked=0;connectable=1;shadow=0;" parent="318" vertex="1">
                    <mxGeometry x="280" y="70" width="180" height="120" as="geometry"/>
                </mxCell>
                <mxCell id="407" value="" style="shape=tableRow;horizontal=0;startSize=0;swimlaneHead=0;swimlaneBody=0;fillColor=none;collapsible=0;dropTarget=0;points=[[0,0.5],[1,0.5]];portConstraint=eastwest;top=0;left=0;right=0;bottom=1;rounded=0;movable=1;resizable=1;rotatable=1;deletable=1;editable=1;locked=0;connectable=1;shadow=0;" parent="406" vertex="1">
                    <mxGeometry y="30" width="180" height="30" as="geometry"/>
                </mxCell>
                <mxCell id="408" value="PK" style="shape=partialRectangle;connectable=1;fillColor=none;top=0;left=0;bottom=0;right=0;fontStyle=1;overflow=hidden;whiteSpace=wrap;html=1;rounded=0;movable=1;resizable=1;rotatable=1;deletable=1;editable=1;locked=0;shadow=0;" parent="407" vertex="1">
                    <mxGeometry width="30" height="30" as="geometry">
                        <mxRectangle width="30" height="30" as="alternateBounds"/>
                    </mxGeometry>
                </mxCell>
                <mxCell id="409" value="id (PK)" style="shape=partialRectangle;connectable=1;fillColor=none;top=0;left=0;bottom=0;right=0;align=left;spacingLeft=6;fontStyle=5;overflow=hidden;whiteSpace=wrap;html=1;rounded=0;movable=1;resizable=1;rotatable=1;deletable=1;editable=1;locked=0;shadow=0;" parent="407" vertex="1">
                    <mxGeometry x="30" width="150" height="30" as="geometry">
                        <mxRectangle width="150" height="30" as="alternateBounds"/>
                    </mxGeometry>
                </mxCell>
                <mxCell id="410" value="" style="shape=tableRow;horizontal=0;startSize=0;swimlaneHead=0;swimlaneBody=0;fillColor=none;collapsible=0;dropTarget=0;points=[[0,0.5],[1,0.5]];portConstraint=eastwest;top=0;left=0;right=0;bottom=0;rounded=0;movable=1;resizable=1;rotatable=1;deletable=1;editable=1;locked=0;connectable=1;shadow=0;" parent="406" vertex="1">
                    <mxGeometry y="60" width="180" height="30" as="geometry"/>
                </mxCell>
                <mxCell id="411" value="" style="shape=partialRectangle;connectable=1;fillColor=none;top=0;left=0;bottom=0;right=0;editable=1;overflow=hidden;whiteSpace=wrap;html=1;rounded=0;movable=1;resizable=1;rotatable=1;deletable=1;locked=0;shadow=0;" parent="410" vertex="1">
                    <mxGeometry width="30" height="30" as="geometry">
                        <mxRectangle width="30" height="30" as="alternateBounds"/>
                    </mxGeometry>
                </mxCell>
                <mxCell id="412" value="user_id (FK)" style="shape=partialRectangle;connectable=1;fillColor=none;top=0;left=0;bottom=0;right=0;align=left;spacingLeft=6;overflow=hidden;whiteSpace=wrap;html=1;rounded=0;movable=1;resizable=1;rotatable=1;deletable=1;editable=1;locked=0;shadow=0;" parent="410" vertex="1">
                    <mxGeometry x="30" width="150" height="30" as="geometry">
                        <mxRectangle width="150" height="30" as="alternateBounds"/>
                    </mxGeometry>
                </mxCell>
                <mxCell id="413" value="" style="shape=tableRow;horizontal=0;startSize=0;swimlaneHead=0;swimlaneBody=0;fillColor=none;collapsible=0;dropTarget=0;points=[[0,0.5],[1,0.5]];portConstraint=eastwest;top=0;left=0;right=0;bottom=0;rounded=0;movable=1;resizable=1;rotatable=1;deletable=1;editable=1;locked=0;connectable=1;shadow=0;" parent="406" vertex="1">
                    <mxGeometry y="90" width="180" height="30" as="geometry"/>
                </mxCell>
                <mxCell id="414" value="" style="shape=partialRectangle;connectable=1;fillColor=none;top=0;left=0;bottom=0;right=0;editable=1;overflow=hidden;whiteSpace=wrap;html=1;rounded=0;movable=1;resizable=1;rotatable=1;deletable=1;locked=0;shadow=0;" parent="413" vertex="1">
                    <mxGeometry width="30" height="30" as="geometry">
                        <mxRectangle width="30" height="30" as="alternateBounds"/>
                    </mxGeometry>
                </mxCell>
                <mxCell id="415" value="item_id (FK)" style="shape=partialRectangle;connectable=1;fillColor=none;top=0;left=0;bottom=0;right=0;align=left;spacingLeft=6;overflow=hidden;whiteSpace=wrap;html=1;rounded=0;movable=1;resizable=1;rotatable=1;deletable=1;editable=1;locked=0;shadow=0;" parent="413" vertex="1">
                    <mxGeometry x="30" width="150" height="30" as="geometry">
                        <mxRectangle width="150" height="30" as="alternateBounds"/>
                    </mxGeometry>
                </mxCell>
                <mxCell id="416" value="purchases" style="shape=table;startSize=30;container=1;collapsible=1;childLayout=tableLayout;fixedRows=1;rowLines=0;fontStyle=1;align=center;resizeLast=1;html=1;rounded=0;movable=1;resizable=1;rotatable=1;deletable=1;editable=1;locked=0;connectable=1;shadow=0;" parent="318" vertex="1">
                    <mxGeometry width="180" height="210" as="geometry"/>
                </mxCell>
                <mxCell id="417" value="" style="shape=tableRow;horizontal=0;startSize=0;swimlaneHead=0;swimlaneBody=0;fillColor=none;collapsible=0;dropTarget=0;points=[[0,0.5],[1,0.5]];portConstraint=eastwest;top=0;left=0;right=0;bottom=1;rounded=0;movable=1;resizable=1;rotatable=1;deletable=1;editable=1;locked=0;connectable=1;shadow=0;" parent="416" vertex="1">
                    <mxGeometry y="30" width="180" height="30" as="geometry"/>
                </mxCell>
                <mxCell id="418" value="PK" style="shape=partialRectangle;connectable=1;fillColor=none;top=0;left=0;bottom=0;right=0;fontStyle=1;overflow=hidden;whiteSpace=wrap;html=1;rounded=0;movable=1;resizable=1;rotatable=1;deletable=1;editable=1;locked=0;shadow=0;" parent="417" vertex="1">
                    <mxGeometry width="30" height="30" as="geometry">
                        <mxRectangle width="30" height="30" as="alternateBounds"/>
                    </mxGeometry>
                </mxCell>
                <mxCell id="419" value="id (PK)" style="shape=partialRectangle;connectable=1;fillColor=none;top=0;left=0;bottom=0;right=0;align=left;spacingLeft=6;fontStyle=5;overflow=hidden;whiteSpace=wrap;html=1;rounded=0;movable=1;resizable=1;rotatable=1;deletable=1;editable=1;locked=0;shadow=0;" parent="417" vertex="1">
                    <mxGeometry x="30" width="150" height="30" as="geometry">
                        <mxRectangle width="150" height="30" as="alternateBounds"/>
                    </mxGeometry>
                </mxCell>
                <mxCell id="420" value="" style="shape=tableRow;horizontal=0;startSize=0;swimlaneHead=0;swimlaneBody=0;fillColor=none;collapsible=0;dropTarget=0;points=[[0,0.5],[1,0.5]];portConstraint=eastwest;top=0;left=0;right=0;bottom=0;rounded=0;movable=1;resizable=1;rotatable=1;deletable=1;editable=1;locked=0;connectable=1;shadow=0;" parent="416" vertex="1">
                    <mxGeometry y="60" width="180" height="30" as="geometry"/>
                </mxCell>
                <mxCell id="421" value="" style="shape=partialRectangle;connectable=1;fillColor=none;top=0;left=0;bottom=0;right=0;editable=1;overflow=hidden;whiteSpace=wrap;html=1;rounded=0;movable=1;resizable=1;rotatable=1;deletable=1;locked=0;shadow=0;" parent="420" vertex="1">
                    <mxGeometry width="30" height="30" as="geometry">
                        <mxRectangle width="30" height="30" as="alternateBounds"/>
                    </mxGeometry>
                </mxCell>
                <mxCell id="422" value="user_id (FK)" style="shape=partialRectangle;connectable=1;fillColor=none;top=0;left=0;bottom=0;right=0;align=left;spacingLeft=6;overflow=hidden;whiteSpace=wrap;html=1;rounded=0;movable=1;resizable=1;rotatable=1;deletable=1;editable=1;locked=0;shadow=0;" parent="420" vertex="1">
                    <mxGeometry x="30" width="150" height="30" as="geometry">
                        <mxRectangle width="150" height="30" as="alternateBounds"/>
                    </mxGeometry>
                </mxCell>
                <mxCell id="423" value="" style="shape=tableRow;horizontal=0;startSize=0;swimlaneHead=0;swimlaneBody=0;fillColor=none;collapsible=0;dropTarget=0;points=[[0,0.5],[1,0.5]];portConstraint=eastwest;top=0;left=0;right=0;bottom=0;rounded=0;movable=1;resizable=1;rotatable=1;deletable=1;editable=1;locked=0;connectable=1;shadow=0;" parent="416" vertex="1">
                    <mxGeometry y="90" width="180" height="30" as="geometry"/>
                </mxCell>
                <mxCell id="424" value="" style="shape=partialRectangle;connectable=1;fillColor=none;top=0;left=0;bottom=0;right=0;editable=1;overflow=hidden;whiteSpace=wrap;html=1;rounded=0;movable=1;resizable=1;rotatable=1;deletable=1;locked=0;shadow=0;" parent="423" vertex="1">
                    <mxGeometry width="30" height="30" as="geometry">
                        <mxRectangle width="30" height="30" as="alternateBounds"/>
                    </mxGeometry>
                </mxCell>
                <mxCell id="425" value="item_id (FK)" style="shape=partialRectangle;connectable=1;fillColor=none;top=0;left=0;bottom=0;right=0;align=left;spacingLeft=6;overflow=hidden;whiteSpace=wrap;html=1;rounded=0;movable=1;resizable=1;rotatable=1;deletable=1;editable=1;locked=0;shadow=0;" parent="423" vertex="1">
                    <mxGeometry x="30" width="150" height="30" as="geometry">
                        <mxRectangle width="150" height="30" as="alternateBounds"/>
                    </mxGeometry>
                </mxCell>
                <mxCell id="426" value="" style="shape=tableRow;horizontal=0;startSize=0;swimlaneHead=0;swimlaneBody=0;fillColor=none;collapsible=0;dropTarget=0;points=[[0,0.5],[1,0.5]];portConstraint=eastwest;top=0;left=0;right=0;bottom=0;rounded=0;movable=1;resizable=1;rotatable=1;deletable=1;editable=1;locked=0;connectable=1;shadow=0;" parent="416" vertex="1">
                    <mxGeometry y="120" width="180" height="30" as="geometry"/>
                </mxCell>
                <mxCell id="427" value="" style="shape=partialRectangle;connectable=1;fillColor=none;top=0;left=0;bottom=0;right=0;editable=1;overflow=hidden;whiteSpace=wrap;html=1;rounded=0;movable=1;resizable=1;rotatable=1;deletable=1;locked=0;shadow=0;" parent="426" vertex="1">
                    <mxGeometry width="30" height="30" as="geometry">
                        <mxRectangle width="30" height="30" as="alternateBounds"/>
                    </mxGeometry>
                </mxCell>
                <mxCell id="428" value="address_id (FK)" style="shape=partialRectangle;connectable=1;fillColor=none;top=0;left=0;bottom=0;right=0;align=left;spacingLeft=6;overflow=hidden;whiteSpace=wrap;html=1;rounded=0;movable=1;resizable=1;rotatable=1;deletable=1;editable=1;locked=0;shadow=0;" parent="426" vertex="1">
                    <mxGeometry x="30" width="150" height="30" as="geometry">
                        <mxRectangle width="150" height="30" as="alternateBounds"/>
                    </mxGeometry>
                </mxCell>
                <mxCell id="429" value="" style="shape=tableRow;horizontal=0;startSize=0;swimlaneHead=0;swimlaneBody=0;fillColor=none;collapsible=0;dropTarget=0;points=[[0,0.5],[1,0.5]];portConstraint=eastwest;top=0;left=0;right=0;bottom=0;rounded=0;movable=1;resizable=1;rotatable=1;deletable=1;editable=1;locked=0;connectable=1;shadow=0;" parent="416" vertex="1">
                    <mxGeometry y="150" width="180" height="30" as="geometry"/>
                </mxCell>
                <mxCell id="430" value="" style="shape=partialRectangle;connectable=1;fillColor=none;top=0;left=0;bottom=0;right=0;editable=1;overflow=hidden;whiteSpace=wrap;html=1;rounded=0;movable=1;resizable=1;rotatable=1;deletable=1;locked=0;shadow=0;" parent="429" vertex="1">
                    <mxGeometry width="30" height="30" as="geometry">
                        <mxRectangle width="30" height="30" as="alternateBounds"/>
                    </mxGeometry>
                </mxCell>
-                 <mxCell id="431" value="payment_mehod" style="shape=partialRectangle;connectable=1;fillColor=none;top=0;left=0;bottom=0;right=0;align=left;spacingLeft=6;overflow=hidden;whiteSpace=wrap;html=1;rounded=0;movable=1;resizable=1;rotatable=1;deletable=1;editable=1;locked=0;shadow=0;" parent="429" vertex="1">
+                 <mxCell id="431" value="payment_method" style="shape=partialRectangle;connectable=1;fillColor=none;top=0;left=0;bottom=0;right=0;align=left;spacingLeft=6;overflow=hidden;whiteSpace=wrap;html=1;rounded=0;movable=1;resizable=1;rotatable=1;deletable=1;editable=1;locked=0;shadow=0;" parent="429" vertex="1">
                    <mxGeometry x="30" width="150" height="30" as="geometry">
                        <mxRectangle width="150" height="30" as="alternateBounds"/>
                    </mxGeometry>
                </mxCell>
                <mxCell id="432" value="" style="shape=tableRow;horizontal=0;startSize=0;swimlaneHead=0;swimlaneBody=0;fillColor=none;collapsible=0;dropTarget=0;points=[[0,0.5],[1,0.5]];portConstraint=eastwest;top=0;left=0;right=0;bottom=0;rounded=0;movable=1;resizable=1;rotatable=1;deletable=1;editable=1;locked=0;connectable=1;shadow=0;" parent="416" vertex="1">
                    <mxGeometry y="180" width="180" height="30" as="geometry"/>
                </mxCell>
                <mxCell id="433" value="" style="shape=partialRectangle;connectable=1;fillColor=none;top=0;left=0;bottom=0;right=0;editable=1;overflow=hidden;whiteSpace=wrap;html=1;rounded=0;movable=1;resizable=1;rotatable=1;deletable=1;locked=0;shadow=0;" parent="432" vertex="1">
                    <mxGeometry width="30" height="30" as="geometry">
                        <mxRectangle width="30" height="30" as="alternateBounds"/>
                    </mxGeometry>
                </mxCell>
                <mxCell id="434" value="status" style="shape=partialRectangle;connectable=1;fillColor=none;top=0;left=0;bottom=0;right=0;align=left;spacingLeft=6;overflow=hidden;whiteSpace=wrap;html=1;rounded=0;movable=1;resizable=1;rotatable=1;deletable=1;editable=1;locked=0;shadow=0;" parent="432" vertex="1">
                    <mxGeometry x="30" width="150" height="30" as="geometry">
                        <mxRectangle width="150" height="30" as="alternateBounds"/>
                    </mxGeometry>
                </mxCell>
                <mxCell id="435" value="" style="fontSize=12;html=1;endArrow=ERzeroToMany;startArrow=ERmandOne;exitX=-0.006;exitY=0.067;exitDx=0;exitDy=0;exitPerimeter=0;rounded=0;movable=1;resizable=1;rotatable=1;deletable=1;editable=1;locked=0;connectable=1;shadow=0;" parent="318" edge="1">
                    <mxGeometry width="100" height="100" relative="1" as="geometry">
                        <mxPoint x="538.9200000000001" y="81.00999999999999" as="sourcePoint"/>
                        <mxPoint x="460" y="80" as="targetPoint"/>
                    </mxGeometry>
                </mxCell>
                <mxCell id="436" value="" style="fontSize=12;html=1;endArrow=ERzeroToMany;startArrow=ERmandOne;entryX=0;entryY=0.5;entryDx=0;entryDy=0;rounded=0;movable=1;resizable=1;rotatable=1;deletable=1;editable=1;locked=0;connectable=1;shadow=0;" parent="318" target="357" edge="1">
                    <mxGeometry width="100" height="100" relative="1" as="geometry">
                        <mxPoint x="460" y="255" as="sourcePoint"/>
                        <mxPoint x="670" y="180" as="targetPoint"/>
                    </mxGeometry>
                </mxCell>
                <mxCell id="437" value="" style="fontSize=12;html=1;endArrow=ERzeroToMany;startArrow=ERmandOne;entryX=1;entryY=0.5;entryDx=0;entryDy=0;rounded=0;movable=1;resizable=1;rotatable=1;deletable=1;editable=1;locked=0;connectable=1;shadow=0;" parent="318" edge="1">
                    <mxGeometry width="100" height="100" relative="1" as="geometry">
                        <mxPoint x="280" y="322" as="sourcePoint"/>
                        <mxPoint x="180" y="320" as="targetPoint"/>
                    </mxGeometry>
                </mxCell>
                <mxCell id="438" value="" style="fontSize=12;html=1;endArrow=ERzeroToMany;startArrow=ERmandOne;entryX=-0.006;entryY=0.033;entryDx=0;entryDy=0;entryPerimeter=0;rounded=0;movable=1;resizable=1;rotatable=1;deletable=1;editable=1;locked=0;connectable=1;shadow=0;" parent="318" edge="1">
                    <mxGeometry width="100" height="100" relative="1" as="geometry">
                        <mxPoint x="460" y="400.01" as="sourcePoint"/>
                        <mxPoint x="538.9200000000001" y="400" as="targetPoint"/>
                    </mxGeometry>
                </mxCell>
                <mxCell id="439" value="" style="fontSize=12;html=1;endArrow=ERzeroToMany;startArrow=ERmandOne;rounded=0;movable=1;resizable=1;rotatable=1;deletable=1;editable=1;locked=0;connectable=1;shadow=0;exitX=0.343;exitY=1;exitDx=0;exitDy=0;exitPerimeter=0;" parent="318" source="448" edge="1">
                    <mxGeometry width="100" height="100" relative="1" as="geometry">
                        <mxPoint x="622" y="288" as="sourcePoint"/>
                        <mxPoint x="621" y="360" as="targetPoint"/>
                    </mxGeometry>
                </mxCell>
                <mxCell id="440" value="" style="fontSize=12;html=1;endArrow=ERzeroToMany;startArrow=ERmandOne;exitX=0.552;exitY=0.002;exitDx=0;exitDy=0;exitPerimeter=0;rounded=0;movable=1;resizable=1;rotatable=1;deletable=1;editable=1;locked=0;connectable=1;shadow=0;" parent="318" source="319" edge="1">
                    <mxGeometry width="100" height="100" relative="1" as="geometry">
                        <mxPoint x="490" y="210" as="sourcePoint"/>
                        <mxPoint x="379" y="190" as="targetPoint"/>
                    </mxGeometry>
                </mxCell>
                <mxCell id="441" value="" style="edgeStyle=orthogonalEdgeStyle;fontSize=12;html=1;endArrow=ERzeroToMany;startArrow=ERmandOne;exitX=0;exitY=0.5;exitDx=0;exitDy=0;entryX=1;entryY=0.211;entryDx=0;entryDy=0;entryPerimeter=0;rounded=0;movable=1;resizable=1;rotatable=1;deletable=1;editable=1;locked=0;connectable=1;shadow=0;" parent="318" source="320" target="432" edge="1">
                    <mxGeometry width="100" height="100" relative="1" as="geometry">
                        <mxPoint x="300" y="220" as="sourcePoint"/>
                        <mxPoint x="400" y="120" as="targetPoint"/>
                    </mxGeometry>
                </mxCell>
                <mxCell id="443" value="" style="fontSize=12;html=1;endArrow=ERzeroToMany;startArrow=ERmandOne;exitX=0.447;exitY=0.001;exitDx=0;exitDy=0;exitPerimeter=0;entryX=0.441;entryY=0.989;entryDx=0;entryDy=0;entryPerimeter=0;rounded=0;movable=1;resizable=1;rotatable=1;deletable=1;editable=1;locked=0;connectable=1;shadow=0;" parent="318" edge="1">
                    <mxGeometry width="100" height="100" relative="1" as="geometry">
                        <mxPoint x="101.07999999999993" y="280.50999999999993" as="sourcePoint"/>
                        <mxPoint x="100" y="210.00000000000003" as="targetPoint"/>
                    </mxGeometry>
                </mxCell>
                <mxCell id="444" value="" style="fontSize=12;html=1;endArrow=ERoneToMany;startArrow=ERmandOne;rounded=0;movable=1;resizable=1;rotatable=1;deletable=1;editable=1;locked=0;connectable=1;shadow=0;" parent="318" edge="1">
                    <mxGeometry width="100" height="100" relative="1" as="geometry">
                        <mxPoint x="1100" y="80" as="sourcePoint"/>
                        <mxPoint x="1000" y="80" as="targetPoint"/>
                    </mxGeometry>
                </mxCell>
                <mxCell id="445" value="" style="fontSize=12;html=1;endArrow=ERoneToMany;startArrow=ERmandOne;rounded=0;movable=1;resizable=1;rotatable=1;deletable=1;editable=1;locked=0;connectable=1;shadow=0;" parent="318" edge="1">
                    <mxGeometry width="100" height="100" relative="1" as="geometry">
                        <mxPoint x="720" y="81" as="sourcePoint"/>
                        <mxPoint x="820" y="80" as="targetPoint"/>
                    </mxGeometry>
                </mxCell>
                <mxCell id="452" value="" style="fontSize=12;html=1;endArrow=ERmandOne;startArrow=ERmandOne;entryX=-0.02;entryY=0.567;entryDx=0;entryDy=0;entryPerimeter=0;exitX=0.996;exitY=0.533;exitDx=0;exitDy=0;exitPerimeter=0;" parent="318" source="419" target="337" edge="1">
                    <mxGeometry width="100" height="100" relative="1" as="geometry">
                        <mxPoint x="190" y="47" as="sourcePoint"/>
                        <mxPoint x="296.255" y="198" as="targetPoint"/>
                    </mxGeometry>
                </mxCell>
            </root>
        </mxGraphModel>
    </diagram>
</mxfile>